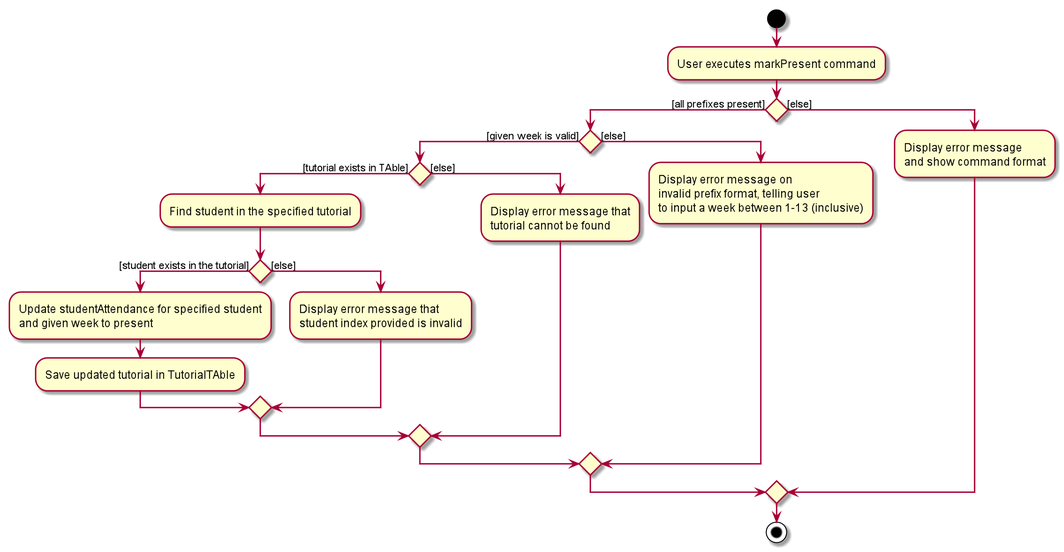
The PlantUML diagram images/TutorialMarkPresentActivityDiagram.png in AY1920-CS2103-W15-3/addressbook-level3, before a commit.
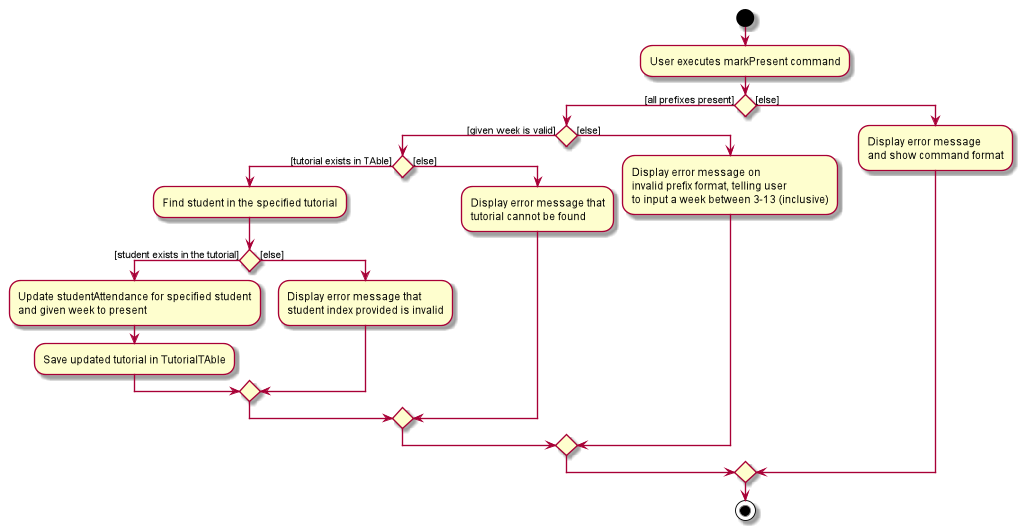
Above is the later version.

The edit, as a diff of the source:
```diff
@@ -22,7 +22,7 @@
     else ([else])
         :Display error message on
         invalid prefix format, telling user
-        to input a week between 1-13 (inclusive);
+        to input a week between 3-13 (inclusive);
     endif
 else ([else])
    :Display error message
```
